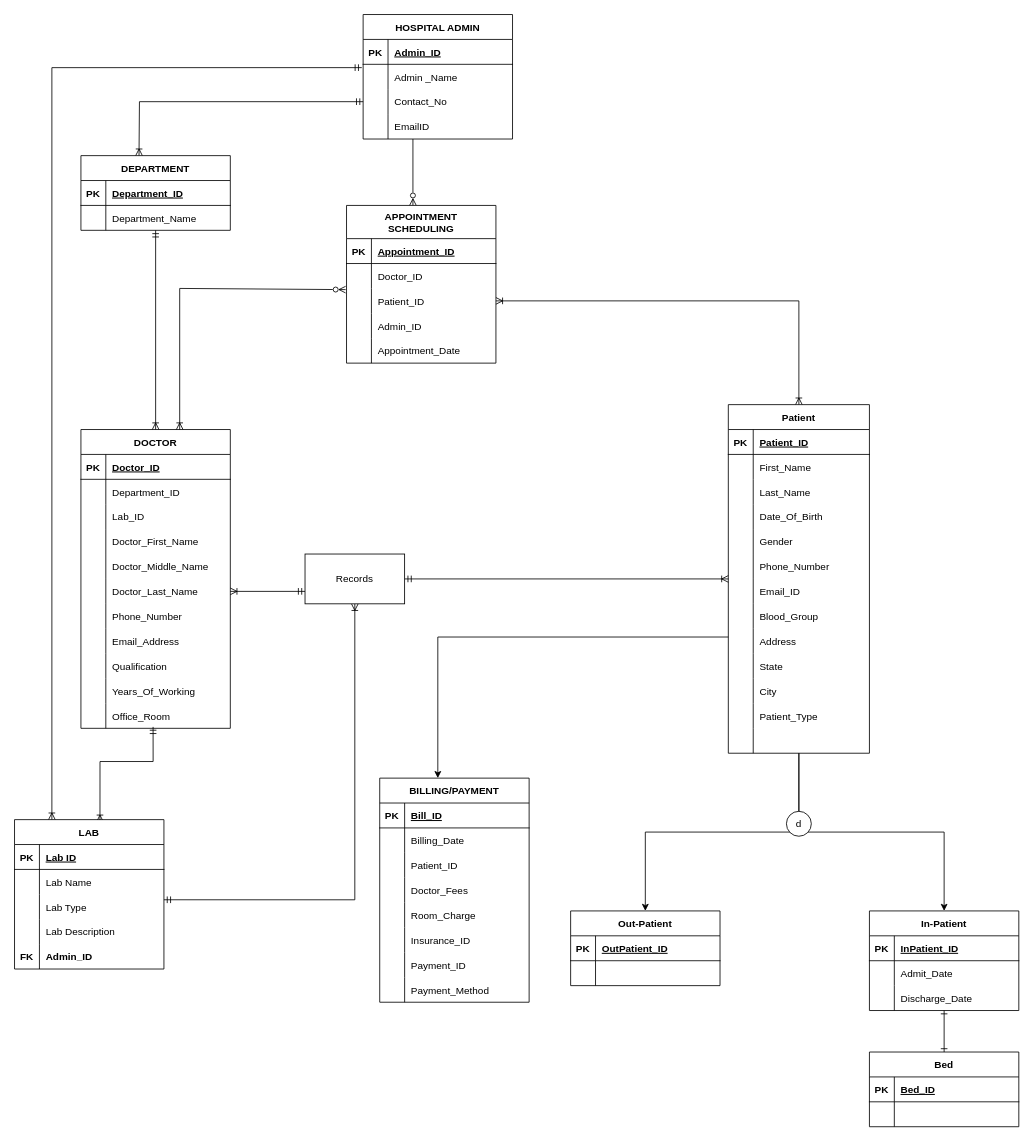
This is Untitled Diagram.drawio from KashyapKompella/DAMG6210_HospitalManagementDatabase, a draw.io file, before an edit. Source tidied: cells renumbered, new cells numbered last; positions are measured from the earlier drawing's top-left corner, leaving out a move shared by most shapes. Both pictures are drawn from the tidied source at 83%, with x=0, y=0 at pixel (14, 14).
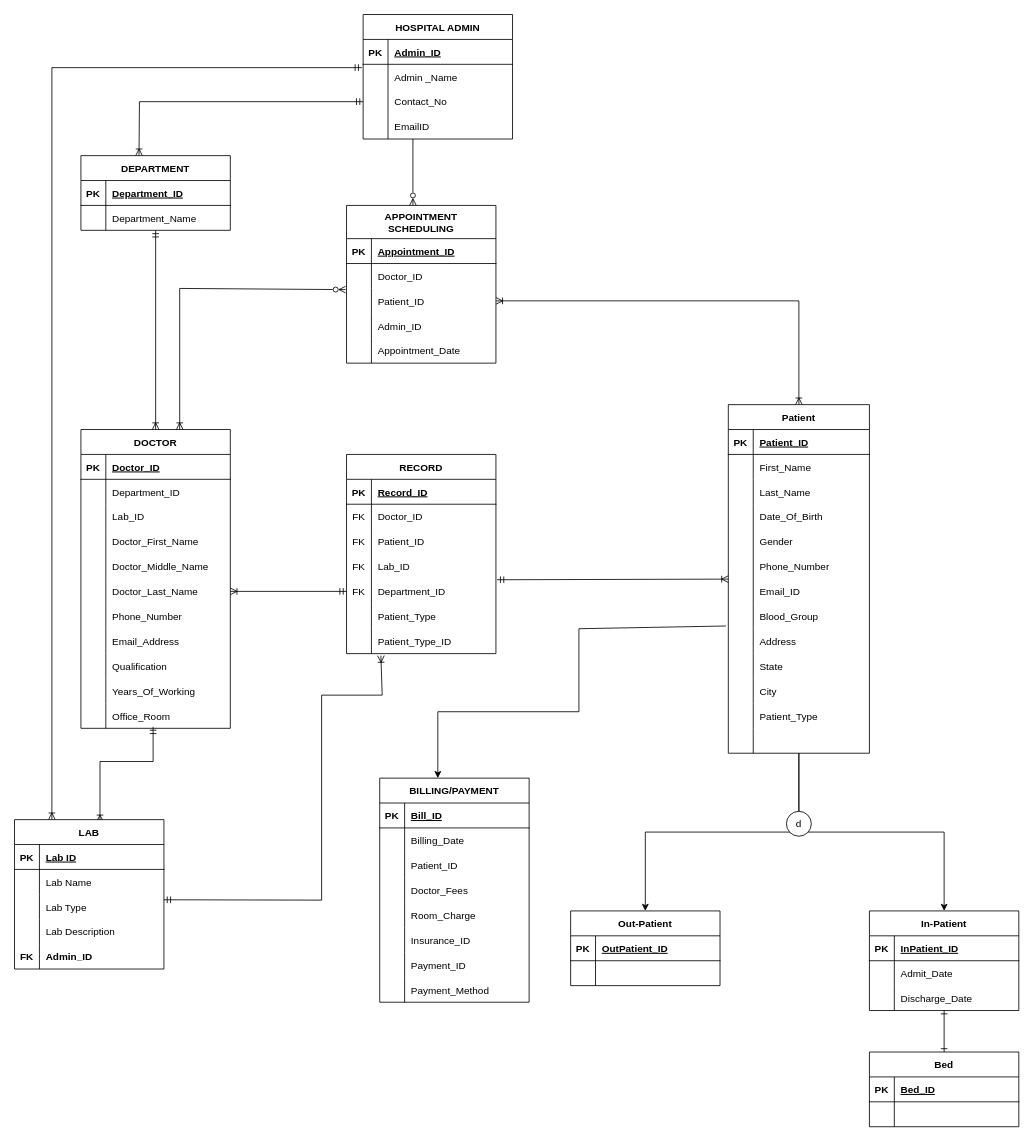
Above is the later version.

Unchanged cells that the change refers to:
```xml
<mxCell id="32" style="shape=tableRow;horizontal=0;startSize=0;swimlaneHead=0;swimlaneBody=0;fillColor=none;points=[[0,0.5],[1,0.5]];portConstraint=eastwest;top=0;left=0;right=0;bottom=0;" parent="25" vertex="1">
  <mxGeometry y="90" width="180" height="30" as="geometry" />
</mxCell>
<mxCell id="64" style="shape=tableRow;horizontal=0;startSize=0;swimlaneHead=0;swimlaneBody=0;fillColor=none;points=[[0,0.5],[1,0.5]];portConstraint=eastwest;top=0;left=0;right=0;bottom=0;fontSize=12;" parent="48" vertex="1">
  <mxGeometry y="180" width="180" height="30" as="geometry" />
</mxCell>
<mxCell id="144" value="Patient" style="shape=table;startSize=30;childLayout=tableLayout;rowLines=0;fontStyle=1;align=center;fontSize=12;" parent="1" vertex="1">
  <mxGeometry x="860" y="470" width="170" height="420" as="geometry" />
</mxCell>
<mxCell id="169" style="shape=tableRow;horizontal=0;startSize=0;swimlaneHead=0;swimlaneBody=0;fillColor=none;points=[[0,0.5],[1,0.5]];portConstraint=eastwest;top=0;left=0;right=0;bottom=0;fontSize=12;" parent="144" vertex="1">
  <mxGeometry y="270" width="170" height="30" as="geometry" />
</mxCell>
```

Diff of the diagram source:
```diff
@@
-    <mxCell id="5" style="edgeStyle=orthogonalEdgeStyle;rounded=0;jettySize=auto;html=1;entryX=0.5;entryY=0;entryDx=0;entryDy=0;" parent="1" edge="1" source="144">
+    <mxCell id="5" style="rounded=0;jettySize=auto;html=1;entryX=0.5;entryY=0;entryDx=0;entryDy=0;exitX=-0.017;exitY=-0.11;exitDx=0;exitDy=0;exitPerimeter=0;" parent="1" edge="1" source="169">
       <mxGeometry relative="1" as="geometry">
         <mxPoint x="510" y="920" as="targetPoint" />
         <Array as="points">
-          <mxPoint x="510" y="750" />
+          <mxPoint x="680" y="740" />
+          <mxPoint x="680" y="840" />
+          <mxPoint x="510" y="840" />
         </Array>
       </mxGeometry>
     </mxCell>
@@
-    <mxCell id="8" style="edgeStyle=orthogonalEdgeStyle;rounded=0;jettySize=auto;html=1;startArrow=ERmandOne;startFill=0;endArrow=ERoneToMany;endFill=0;exitX=1;exitY=0.219;exitDx=0;exitDy=0;exitPerimeter=0;" parent="1" edge="1" source="32" target="11">
-      <mxGeometry relative="1" as="geometry" />
+    <mxCell id="8" style="rounded=0;jettySize=auto;html=1;startArrow=ERmandOne;startFill=0;endArrow=ERoneToMany;endFill=0;exitX=1;exitY=0.219;exitDx=0;exitDy=0;exitPerimeter=0;entryX=0.23;entryY=1.081;entryDx=0;entryDy=0;entryPerimeter=0;" parent="1" edge="1" source="32" target="213">
+      <mxGeometry relative="1" as="geometry">
+        <Array as="points">
+          <mxPoint x="370" y="1067" />
+          <mxPoint x="370" y="820" />
+          <mxPoint x="443" y="820" />
+        </Array>
+      </mxGeometry>
     </mxCell>
-    <mxCell id="9" style="rounded=0;jettySize=auto;html=1;startArrow=ERmandOne;startFill=0;endArrow=ERoneToMany;endFill=0;entryX=1;entryY=0.5;entryDx=0;entryDy=0;exitX=0;exitY=0.75;exitDx=0;exitDy=0;" parent="1" edge="1" source="11" target="64">
+    <mxCell id="9" style="rounded=0;jettySize=auto;html=1;startArrow=ERmandOne;startFill=0;endArrow=ERoneToMany;endFill=0;entryX=1;entryY=0.5;entryDx=0;entryDy=0;exitX=0;exitY=0.5;exitDx=0;exitDy=0;" parent="1" edge="1" source="207" target="64">
       <mxGeometry relative="1" as="geometry" />
     </mxCell>
-    <mxCell id="10" style="edgeStyle=orthogonalEdgeStyle;rounded=0;jettySize=auto;html=1;startArrow=ERmandOne;startFill=0;endArrow=ERoneToMany;endFill=0;" parent="1" edge="1" source="11" target="144">
+    <mxCell id="10" style="rounded=0;jettySize=auto;html=1;startArrow=ERmandOne;startFill=0;endArrow=ERoneToMany;endFill=0;exitX=1.008;exitY=0.033;exitDx=0;exitDy=0;exitPerimeter=0;" parent="1" edge="1" source="207" target="144">
       <mxGeometry relative="1" as="geometry" />
     </mxCell>
-    <mxCell id="11" value="Records" style="rounded=0;whiteSpace=wrap;html=1;" parent="1" vertex="1">
-      <mxGeometry x="350" y="650" width="120" height="60" as="geometry" />
-    </mxCell>
@@
+    <mxCell id="194" value="RECORD" style="shape=table;startSize=30;childLayout=tableLayout;rowLines=0;fontStyle=1;align=center;" parent="1" vertex="1">
+      <mxGeometry x="400" y="530" width="180" height="240" as="geometry" />
+    </mxCell>
+    <mxCell id="195" style="shape=tableRow;horizontal=0;startSize=0;swimlaneHead=0;swimlaneBody=0;fillColor=none;top=0;left=0;right=0;bottom=1;" parent="194" vertex="1">
+      <mxGeometry y="30" width="180" height="30" as="geometry" />
+    </mxCell>
+    <mxCell id="196" value="PK" style="shape=partialRectangle;fillColor=none;top=0;left=0;bottom=0;right=0;fontStyle=1;overflow=hidden;" parent="195" vertex="1">
+      <mxGeometry width="30" height="30" as="geometry" />
+    </mxCell>
+    <mxCell id="197" value="Record_ID" style="shape=partialRectangle;fillColor=none;top=0;left=0;bottom=0;right=0;align=left;spacingLeft=6;fontStyle=5;overflow=hidden;" parent="195" vertex="1">
+      <mxGeometry x="30" width="150" height="30" as="geometry" />
+    </mxCell>
+    <mxCell id="198" style="shape=tableRow;horizontal=0;startSize=0;swimlaneHead=0;swimlaneBody=0;fillColor=none;top=0;left=0;right=0;bottom=0;" parent="194" vertex="1">
+      <mxGeometry y="60" width="180" height="30" as="geometry" />
+    </mxCell>
+    <mxCell id="199" value="FK" style="shape=partialRectangle;fillColor=none;top=0;left=0;bottom=0;right=0;overflow=hidden;" parent="198" vertex="1">
+      <mxGeometry width="30" height="30" as="geometry" />
+    </mxCell>
+    <mxCell id="200" value="Doctor_ID" style="shape=partialRectangle;fillColor=none;top=0;left=0;bottom=0;right=0;align=left;spacingLeft=6;overflow=hidden;" parent="198" vertex="1">
+      <mxGeometry x="30" width="150" height="30" as="geometry" />
+    </mxCell>
+    <mxCell id="201" style="shape=tableRow;horizontal=0;startSize=0;swimlaneHead=0;swimlaneBody=0;fillColor=none;top=0;left=0;right=0;bottom=0;" parent="194" vertex="1">
+      <mxGeometry y="90" width="180" height="30" as="geometry" />
+    </mxCell>
+    <mxCell id="202" value="FK" style="shape=partialRectangle;fillColor=none;top=0;left=0;bottom=0;right=0;overflow=hidden;" parent="201" vertex="1">
+      <mxGeometry width="30" height="30" as="geometry" />
+    </mxCell>
+    <mxCell id="203" value="Patient_ID" style="shape=partialRectangle;fillColor=none;top=0;left=0;bottom=0;right=0;align=left;spacingLeft=6;overflow=hidden;" parent="201" vertex="1">
+      <mxGeometry x="30" width="150" height="30" as="geometry" />
+    </mxCell>
+    <mxCell id="204" style="shape=tableRow;horizontal=0;startSize=0;swimlaneHead=0;swimlaneBody=0;fillColor=none;top=0;left=0;right=0;bottom=0;" parent="194" vertex="1">
+      <mxGeometry y="120" width="180" height="30" as="geometry" />
+    </mxCell>
+    <mxCell id="205" value="FK" style="shape=partialRectangle;fillColor=none;top=0;left=0;bottom=0;right=0;overflow=hidden;" parent="204" vertex="1">
+      <mxGeometry width="30" height="30" as="geometry" />
+    </mxCell>
+    <mxCell id="206" value="Lab_ID" style="shape=partialRectangle;fillColor=none;top=0;left=0;bottom=0;right=0;align=left;spacingLeft=6;overflow=hidden;" parent="204" vertex="1">
+      <mxGeometry x="30" width="150" height="30" as="geometry" />
+    </mxCell>
+    <mxCell id="207" style="shape=tableRow;horizontal=0;startSize=0;swimlaneHead=0;swimlaneBody=0;fillColor=none;points=[[0,0.5],[1,0.5]];portConstraint=eastwest;top=0;left=0;right=0;bottom=0;" parent="194" vertex="1">
+      <mxGeometry y="150" width="180" height="30" as="geometry" />
+    </mxCell>
+    <mxCell id="208" value="FK" style="shape=partialRectangle;fillColor=none;top=0;left=0;bottom=0;right=0;fontStyle=0;overflow=hidden;" parent="207" vertex="1">
+      <mxGeometry width="30" height="30" as="geometry" />
+    </mxCell>
+    <mxCell id="209" value="Department_ID" style="shape=partialRectangle;fillColor=none;top=0;left=0;bottom=0;right=0;align=left;spacingLeft=6;fontStyle=0;overflow=hidden;" parent="207" vertex="1">
+      <mxGeometry x="30" width="150" height="30" as="geometry" />
+    </mxCell>
+    <mxCell id="210" style="shape=tableRow;horizontal=0;startSize=0;swimlaneHead=0;swimlaneBody=0;fillColor=none;top=0;left=0;right=0;bottom=0;" parent="194" vertex="1">
+      <mxGeometry y="180" width="180" height="30" as="geometry" />
+    </mxCell>
+    <mxCell id="211" style="shape=partialRectangle;fillColor=none;top=0;left=0;bottom=0;right=0;fontStyle=0;overflow=hidden;" parent="210" vertex="1">
+      <mxGeometry width="30" height="30" as="geometry" />
+    </mxCell>
+    <mxCell id="212" value="Patient_Type" style="shape=partialRectangle;fillColor=none;top=0;left=0;bottom=0;right=0;align=left;spacingLeft=6;fontStyle=0;overflow=hidden;" parent="210" vertex="1">
+      <mxGeometry x="30" width="150" height="30" as="geometry" />
+    </mxCell>
+    <mxCell id="213" style="shape=tableRow;horizontal=0;startSize=0;swimlaneHead=0;swimlaneBody=0;fillColor=none;points=[[0,0.5],[1,0.5]];portConstraint=eastwest;top=0;left=0;right=0;bottom=0;" parent="194" vertex="1">
+      <mxGeometry y="210" width="180" height="30" as="geometry" />
+    </mxCell>
+    <mxCell id="214" style="shape=partialRectangle;fillColor=none;top=0;left=0;bottom=0;right=0;fontStyle=0;overflow=hidden;" parent="213" vertex="1">
+      <mxGeometry width="30" height="30" as="geometry" />
+    </mxCell>
+    <mxCell id="215" value="Patient_Type_ID" style="shape=partialRectangle;fillColor=none;top=0;left=0;bottom=0;right=0;align=left;spacingLeft=6;fontStyle=0;overflow=hidden;" parent="213" vertex="1">
+      <mxGeometry x="30" width="150" height="30" as="geometry" />
+    </mxCell>
```
